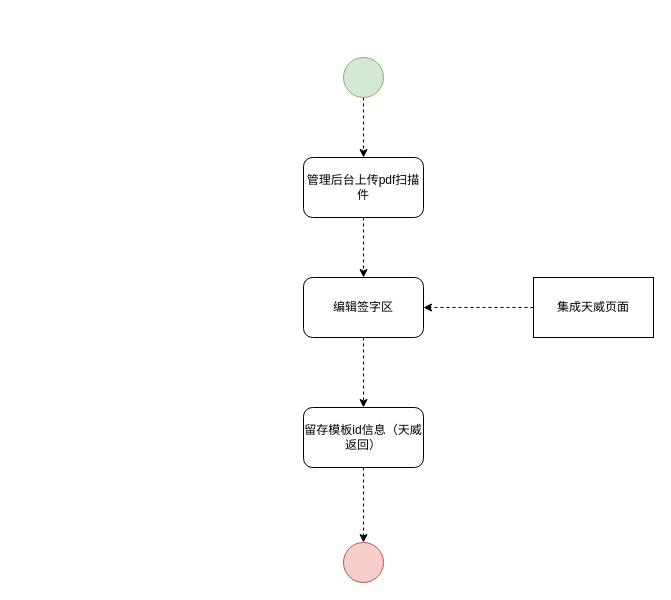
Before: 私募签字流程图.drawio in ammengke/my-drawio, a draw.io diagram. Source tidied: cells renumbered, new cells numbered last; positions are measured from the earlier drawing's top-left corner, leaving out a move shared by most shapes. Both pictures are drawn from the tidied source at 100%, with x=0, y=0 at pixel (303, 57).
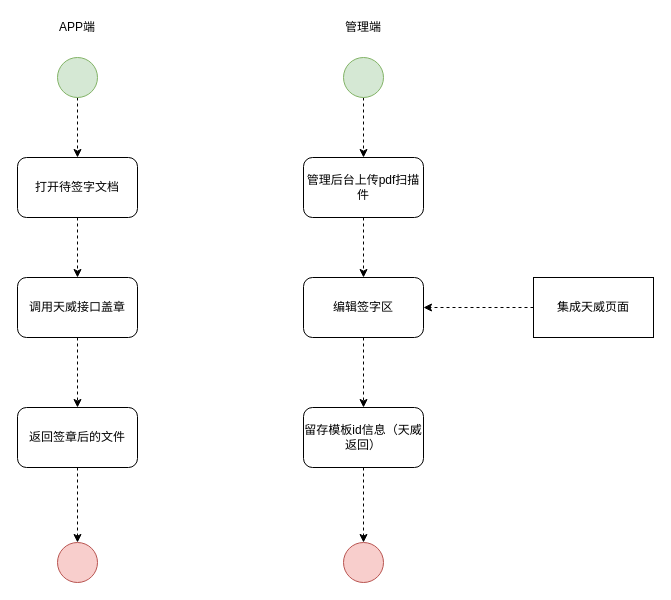
The same diagram, later.

Commit message (it also covers changes not shown here):
更新私募签字流程图.drawio

The edit, as a diff of the source:
```diff
@@
+    <mxCell id="13" style="edgeStyle=orthogonalEdgeStyle;rounded=0;jettySize=auto;html=1;dashed=1;" parent="1" edge="1" source="14" target="16">
+      <mxGeometry relative="1" as="geometry" />
+    </mxCell>
+    <mxCell id="14" style="ellipse;whiteSpace=wrap;html=1;fillColor=#d5e8d4;strokeColor=#82b366;" parent="1" vertex="1">
+      <mxGeometry x="-246" width="40" height="40" as="geometry" />
+    </mxCell>
+    <mxCell id="15" style="edgeStyle=orthogonalEdgeStyle;rounded=0;jettySize=auto;html=1;entryX=0.5;entryY=0;entryDx=0;entryDy=0;dashed=1;" parent="1" edge="1" source="16" target="18">
+      <mxGeometry relative="1" as="geometry" />
+    </mxCell>
+    <mxCell id="16" value="打开待签字文档" style="rounded=1;whiteSpace=wrap;html=1;" parent="1" vertex="1">
+      <mxGeometry x="-286" y="100" width="120" height="60" as="geometry" />
+    </mxCell>
+    <mxCell id="17" style="edgeStyle=orthogonalEdgeStyle;rounded=0;jettySize=auto;html=1;dashed=1;" parent="1" edge="1" source="18" target="20">
+      <mxGeometry relative="1" as="geometry" />
+    </mxCell>
+    <mxCell id="18" value="调用天威接口盖章" style="rounded=1;whiteSpace=wrap;html=1;" parent="1" vertex="1">
+      <mxGeometry x="-286" y="220" width="120" height="60" as="geometry" />
+    </mxCell>
+    <mxCell id="19" style="edgeStyle=orthogonalEdgeStyle;rounded=0;jettySize=auto;html=1;dashed=1;" parent="1" edge="1" source="20" target="21">
+      <mxGeometry relative="1" as="geometry" />
+    </mxCell>
+    <mxCell id="20" value="返回签章后的文件" style="rounded=1;whiteSpace=wrap;html=1;" parent="1" vertex="1">
+      <mxGeometry x="-286" y="350" width="120" height="60" as="geometry" />
+    </mxCell>
+    <mxCell id="21" style="ellipse;whiteSpace=wrap;html=1;fillColor=#f8cecc;strokeColor=#b85450;" parent="1" vertex="1">
+      <mxGeometry x="-246" y="485" width="40" height="40" as="geometry" />
+    </mxCell>
+    <mxCell id="22" value="APP端" style="text;html=1;strokeColor=none;fillColor=none;align=center;verticalAlign=middle;whiteSpace=wrap;rounded=0;" parent="1" vertex="1">
+      <mxGeometry x="-246" y="-40" width="40" height="20" as="geometry" />
+    </mxCell>
+    <mxCell id="23" value="管理端" style="text;html=1;strokeColor=none;fillColor=none;align=center;verticalAlign=middle;whiteSpace=wrap;rounded=0;" parent="1" vertex="1">
+      <mxGeometry x="40" y="-40" width="40" height="20" as="geometry" />
+    </mxCell>
```
